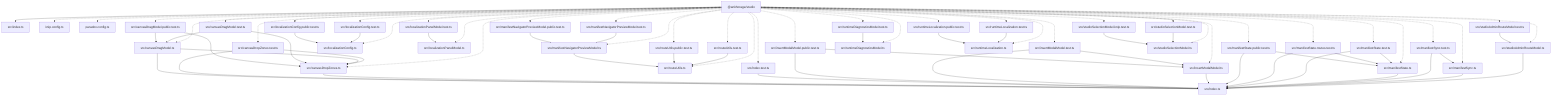
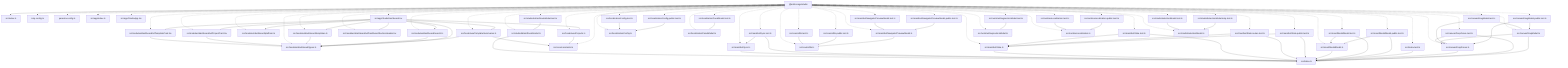
graph TD
  package__ankhorage_studio["@ankhorage/studio"]
  entrypoint_src_index_ts["src/index.ts"]
  package__ankhorage_studio --> entrypoint_src_index_ts
  module_knip_config_ts["knip.config.ts"]
  package__ankhorage_studio -.-> module_knip_config_ts
  module_paradox_config_ts["paradox.config.ts"]
  package__ankhorage_studio -.-> module_paradox_config_ts
+   module_src_app_index_ts["src/app/index.ts"]
+   package__ankhorage_studio -.-> module_src_app_index_ts
+   module_src_app_StudioApp_tsx["src/app/StudioApp.tsx"]
+   package__ankhorage_studio -.-> module_src_app_StudioApp_tsx
+   module_src_app_StudioDashboard_tsx["src/app/StudioDashboard.tsx"]
+   package__ankhorage_studio -.-> module_src_app_StudioDashboard_tsx
+   module_src_app_StudioDashboard_tsx --> module_src_hooks_useProjects_ts
+   module_src_app_StudioDashboard_tsx --> module_src_hooks_useTemplateSummaries_ts
+   module_src_app_StudioDashboard_tsx --> module_src_modules_dashboard_platform_ts
+   module_src_app_StudioDashboard_tsx --> module_src_modules_dashboard_search_ts
+   module_src_app_StudioDashboard_tsx --> module_src_modules_dashboard_templates_ts
+   module_src_app_StudioDashboard_tsx --> module_src_modules_dashboard_types_ts
+   module_src_app_StudioDashboard_tsx --> module_src_modules_dashboard_ui_DashboardSectionHeader_tsx
+   module_src_app_StudioDashboard_tsx --> module_src_modules_dashboard_ui_ProjectCard_tsx
+   module_src_app_StudioDashboard_tsx --> module_src_modules_dashboard_ui_TemplateCard_tsx
  module_src_canvasDragModel_public_test_ts["src/canvasDragModel.public.test.ts"]
  package__ankhorage_studio -.-> module_src_canvasDragModel_public_test_ts
  module_src_canvasDragModel_public_test_ts --> module_src_canvasDragModel_ts
  module_src_canvasDragModel_public_test_ts --> module_src_canvasDropZones_ts
  module_src_canvasDragModel_test_ts["src/canvasDragModel.test.ts"]
  package__ankhorage_studio -.-> module_src_canvasDragModel_test_ts
  module_src_canvasDragModel_test_ts --> module_src_canvasDragModel_ts
  module_src_canvasDragModel_test_ts --> module_src_canvasDropZones_ts
  module_src_canvasDragModel_ts["src/canvasDragModel.ts"]
  package__ankhorage_studio -.-> module_src_canvasDragModel_ts
  module_src_canvasDragModel_ts --> module_src_canvasDropZones_ts
  module_src_canvasDragModel_ts --> module_src_index_ts
  module_src_canvasDropZones_test_ts["src/canvasDropZones.test.ts"]
  package__ankhorage_studio -.-> module_src_canvasDropZones_test_ts
  module_src_canvasDropZones_test_ts --> module_src_canvasDropZones_ts
  module_src_canvasDropZones_test_ts --> module_src_index_ts
  module_src_canvasDropZones_ts["src/canvasDropZones.ts"]
  package__ankhorage_studio -.-> module_src_canvasDropZones_ts
  module_src_canvasDropZones_ts --> module_src_index_ts
+   module_src_core_constants_ts["src/core/constants.ts"]
+   package__ankhorage_studio -.-> module_src_core_constants_ts
+   module_src_hooks_useProjects_ts["src/hooks/useProjects.ts"]
+   package__ankhorage_studio -.-> module_src_hooks_useProjects_ts
+   module_src_hooks_useProjects_ts --> module_src_core_constants_ts
+   module_src_hooks_useTemplateSummaries_ts["src/hooks/useTemplateSummaries.ts"]
+   package__ankhorage_studio -.-> module_src_hooks_useTemplateSummaries_ts
+   module_src_hooks_useTemplateSummaries_ts --> module_src_core_constants_ts
+   module_src_hooks_useTemplateSummaries_ts --> module_src_modules_dashboard_types_ts
  module_src_index_test_ts["src/index.test.ts"]
  package__ankhorage_studio -.-> module_src_index_test_ts
  module_src_index_test_ts --> module_src_index_ts
  module_src_index_ts["src/index.ts"]
  module_src_insertModalModel_public_test_ts["src/insertModalModel.public.test.ts"]
  package__ankhorage_studio -.-> module_src_insertModalModel_public_test_ts
  module_src_insertModalModel_public_test_ts --> module_src_index_ts
  module_src_insertModalModel_public_test_ts --> module_src_insertModalModel_ts
  module_src_insertModalModel_test_ts["src/insertModalModel.test.ts"]
  package__ankhorage_studio -.-> module_src_insertModalModel_test_ts
  module_src_insertModalModel_test_ts --> module_src_index_ts
  module_src_insertModalModel_test_ts --> module_src_insertModalModel_ts
  module_src_insertModalModel_ts["src/insertModalModel.ts"]
  package__ankhorage_studio -.-> module_src_insertModalModel_ts
  module_src_insertModalModel_ts --> module_src_index_ts
  module_src_localizationConfig_public_test_ts["src/localizationConfig.public.test.ts"]
  package__ankhorage_studio -.-> module_src_localizationConfig_public_test_ts
  module_src_localizationConfig_public_test_ts --> module_src_localizationConfig_ts
  module_src_localizationConfig_test_ts["src/localizationConfig.test.ts"]
  package__ankhorage_studio -.-> module_src_localizationConfig_test_ts
  module_src_localizationConfig_test_ts --> module_src_localizationConfig_ts
  module_src_localizationConfig_ts["src/localizationConfig.ts"]
  package__ankhorage_studio -.-> module_src_localizationConfig_ts
  module_src_localizationPanelModel_test_ts["src/localizationPanelModel.test.ts"]
  package__ankhorage_studio -.-> module_src_localizationPanelModel_test_ts
  module_src_localizationPanelModel_test_ts --> module_src_localizationPanelModel_ts
  module_src_localizationPanelModel_ts["src/localizationPanelModel.ts"]
  package__ankhorage_studio -.-> module_src_localizationPanelModel_ts
  module_src_manifestNavigatorPreviewModel_public_test_ts["src/manifestNavigatorPreviewModel.public.test.ts"]
  package__ankhorage_studio -.-> module_src_manifestNavigatorPreviewModel_public_test_ts
  module_src_manifestNavigatorPreviewModel_public_test_ts --> module_src_manifestNavigatorPreviewModel_ts
  module_src_manifestNavigatorPreviewModel_test_ts["src/manifestNavigatorPreviewModel.test.ts"]
  package__ankhorage_studio -.-> module_src_manifestNavigatorPreviewModel_test_ts
  module_src_manifestNavigatorPreviewModel_test_ts --> module_src_manifestNavigatorPreviewModel_ts
  module_src_manifestNavigatorPreviewModel_ts["src/manifestNavigatorPreviewModel.ts"]
  package__ankhorage_studio -.-> module_src_manifestNavigatorPreviewModel_ts
  module_src_manifestNavigatorPreviewModel_ts --> module_src_routeUtils_ts
  module_src_manifestState_public_test_ts["src/manifestState.public.test.ts"]
  package__ankhorage_studio -.-> module_src_manifestState_public_test_ts
  module_src_manifestState_public_test_ts --> module_src_index_ts
  module_src_manifestState_public_test_ts --> module_src_manifestState_ts
  module_src_manifestState_routes_test_ts["src/manifestState.routes.test.ts"]
  package__ankhorage_studio -.-> module_src_manifestState_routes_test_ts
  module_src_manifestState_routes_test_ts --> module_src_index_ts
  module_src_manifestState_routes_test_ts --> module_src_manifestState_ts
  module_src_manifestState_test_ts["src/manifestState.test.ts"]
  package__ankhorage_studio -.-> module_src_manifestState_test_ts
  module_src_manifestState_test_ts --> module_src_index_ts
  module_src_manifestState_test_ts --> module_src_manifestState_ts
  module_src_manifestState_ts["src/manifestState.ts"]
  package__ankhorage_studio -.-> module_src_manifestState_ts
  module_src_manifestState_ts --> module_src_index_ts
  module_src_manifestSync_test_ts["src/manifestSync.test.ts"]
  package__ankhorage_studio -.-> module_src_manifestSync_test_ts
  module_src_manifestSync_test_ts --> module_src_index_ts
  module_src_manifestSync_test_ts --> module_src_manifestSync_ts
  module_src_manifestSync_ts["src/manifestSync.ts"]
  package__ankhorage_studio -.-> module_src_manifestSync_ts
  module_src_manifestSync_ts --> module_src_index_ts
+   module_src_modules_dashboard_platform_ts["src/modules/dashboard/platform.ts"]
+   package__ankhorage_studio -.-> module_src_modules_dashboard_platform_ts
+   module_src_modules_dashboard_search_ts["src/modules/dashboard/search.ts"]
+   package__ankhorage_studio -.-> module_src_modules_dashboard_search_ts
+   module_src_modules_dashboard_search_ts --> module_src_modules_dashboard_types_ts
+   module_src_modules_dashboard_templates_ts["src/modules/dashboard/templates.ts"]
+   package__ankhorage_studio -.-> module_src_modules_dashboard_templates_ts
+   module_src_modules_dashboard_templates_ts --> module_src_modules_dashboard_types_ts
+   module_src_modules_dashboard_types_ts["src/modules/dashboard/types.ts"]
+   package__ankhorage_studio -.-> module_src_modules_dashboard_types_ts
+   module_src_modules_dashboard_ui_DashboardSectionHeader_tsx["src/modules/dashboard/ui/DashboardSectionHeader.tsx"]
+   package__ankhorage_studio -.-> module_src_modules_dashboard_ui_DashboardSectionHeader_tsx
+   module_src_modules_dashboard_ui_ProjectCard_tsx["src/modules/dashboard/ui/ProjectCard.tsx"]
+   package__ankhorage_studio -.-> module_src_modules_dashboard_ui_ProjectCard_tsx
+   module_src_modules_dashboard_ui_ProjectCard_tsx --> module_src_modules_dashboard_types_ts
+   module_src_modules_dashboard_ui_TemplateCard_tsx["src/modules/dashboard/ui/TemplateCard.tsx"]
+   package__ankhorage_studio -.-> module_src_modules_dashboard_ui_TemplateCard_tsx
+   module_src_modules_dashboard_ui_TemplateCard_tsx --> module_src_modules_dashboard_types_ts
  module_src_routeUtils_public_test_ts["src/routeUtils.public.test.ts"]
  package__ankhorage_studio -.-> module_src_routeUtils_public_test_ts
  module_src_routeUtils_public_test_ts --> module_src_routeUtils_ts
  module_src_routeUtils_test_ts["src/routeUtils.test.ts"]
  package__ankhorage_studio -.-> module_src_routeUtils_test_ts
  module_src_routeUtils_test_ts --> module_src_routeUtils_ts
  module_src_routeUtils_ts["src/routeUtils.ts"]
  package__ankhorage_studio -.-> module_src_routeUtils_ts
  module_src_runtimeDiagnosticsModel_test_ts["src/runtimeDiagnosticsModel.test.ts"]
  package__ankhorage_studio -.-> module_src_runtimeDiagnosticsModel_test_ts
  module_src_runtimeDiagnosticsModel_test_ts --> module_src_runtimeDiagnosticsModel_ts
  module_src_runtimeDiagnosticsModel_ts["src/runtimeDiagnosticsModel.ts"]
  package__ankhorage_studio -.-> module_src_runtimeDiagnosticsModel_ts
  module_src_runtimeLocalization_public_test_ts["src/runtimeLocalization.public.test.ts"]
  package__ankhorage_studio -.-> module_src_runtimeLocalization_public_test_ts
  module_src_runtimeLocalization_public_test_ts --> module_src_runtimeLocalization_ts
  module_src_runtimeLocalization_test_ts["src/runtimeLocalization.test.ts"]
  package__ankhorage_studio -.-> module_src_runtimeLocalization_test_ts
  module_src_runtimeLocalization_test_ts --> module_src_runtimeLocalization_ts
  module_src_runtimeLocalization_ts["src/runtimeLocalization.ts"]
  package__ankhorage_studio -.-> module_src_runtimeLocalization_ts
  module_src_studioAdminRouteModel_test_ts["src/studioAdminRouteModel.test.ts"]
  package__ankhorage_studio -.-> module_src_studioAdminRouteModel_test_ts
  module_src_studioAdminRouteModel_test_ts --> module_src_studioAdminRouteModel_ts
  module_src_studioAdminRouteModel_ts["src/studioAdminRouteModel.ts"]
  package__ankhorage_studio -.-> module_src_studioAdminRouteModel_ts
  module_src_studioAdminRouteModel_ts --> module_src_index_ts
  module_src_studioSelectionModel_knip_test_ts["src/studioSelectionModel.knip.test.ts"]
  package__ankhorage_studio -.-> module_src_studioSelectionModel_knip_test_ts
  module_src_studioSelectionModel_knip_test_ts --> module_src_studioSelectionModel_ts
  module_src_studioSelectionModel_test_ts["src/studioSelectionModel.test.ts"]
  package__ankhorage_studio -.-> module_src_studioSelectionModel_test_ts
  module_src_studioSelectionModel_test_ts --> module_src_studioSelectionModel_ts
  module_src_studioSelectionModel_ts["src/studioSelectionModel.ts"]
  package__ankhorage_studio -.-> module_src_studioSelectionModel_ts
